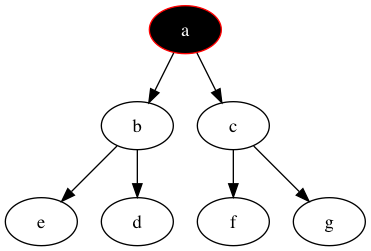
This is DotExamples/sets.png from arafatkatze/DataViz, a Graphviz export, as it was before one commit. Its source is kept beside it as DotExamples/sets.dot. Source of this version:
```dot
digraph graphname{
                a[color=red, style=filled, fillcolor = black, fontcolor=white];
                a -> b;
                b -> e;
                b -> d;
                c -> f;
                c -> g;
                a -> c;
        }
```
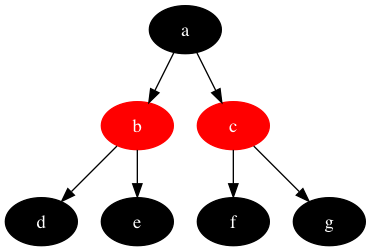
The same diagram one commit later.

Diff of the diagram source:
```diff
@@ -1,5 +1,11 @@
 digraph graphname{
-                a[color=red, style=filled, fillcolor = black, fontcolor=white];
+                a[color=black, style=filled, fillcolor = black, fontcolor=white];
+                b[color=red, style=filled, fillcolor = red, fontcolor=white];
+                c[color=red, style=filled, fillcolor = red, fontcolor=white];
+                d[color=black, style=filled, fillcolor = black, fontcolor=white];
+                e[color=black, style=filled, fillcolor = black, fontcolor=white];
+                f[color=black, style=filled, fillcolor = black, fontcolor=white];
+                g[color=black, style=filled, fillcolor = black, fontcolor=white];
                 a -> b;
                 b -> e;
                 b -> d;
```
